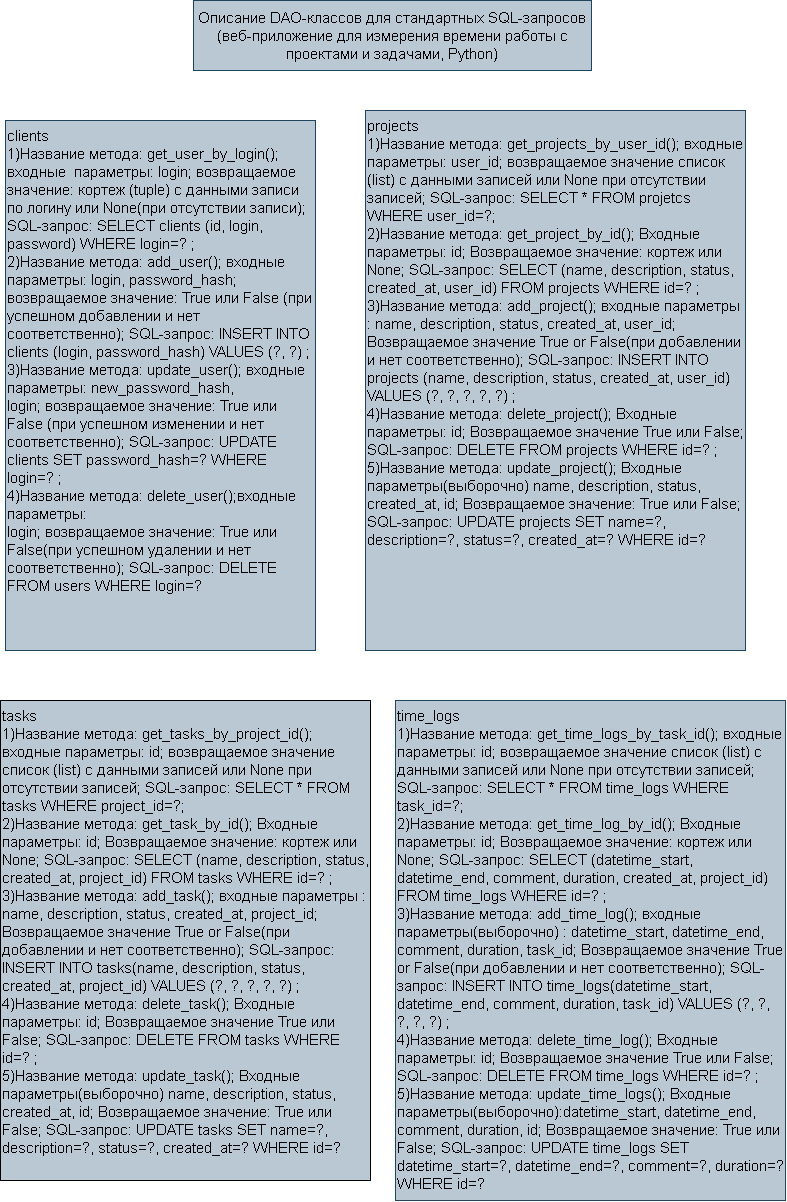
Above: docs/uml/DAO.png in Flski/projects_time (draw.io), before the change. Source tidied: cells renumbered, new cells last; positions are measured from the earlier drawing's top-left corner, leaving out a move shared by most shapes.
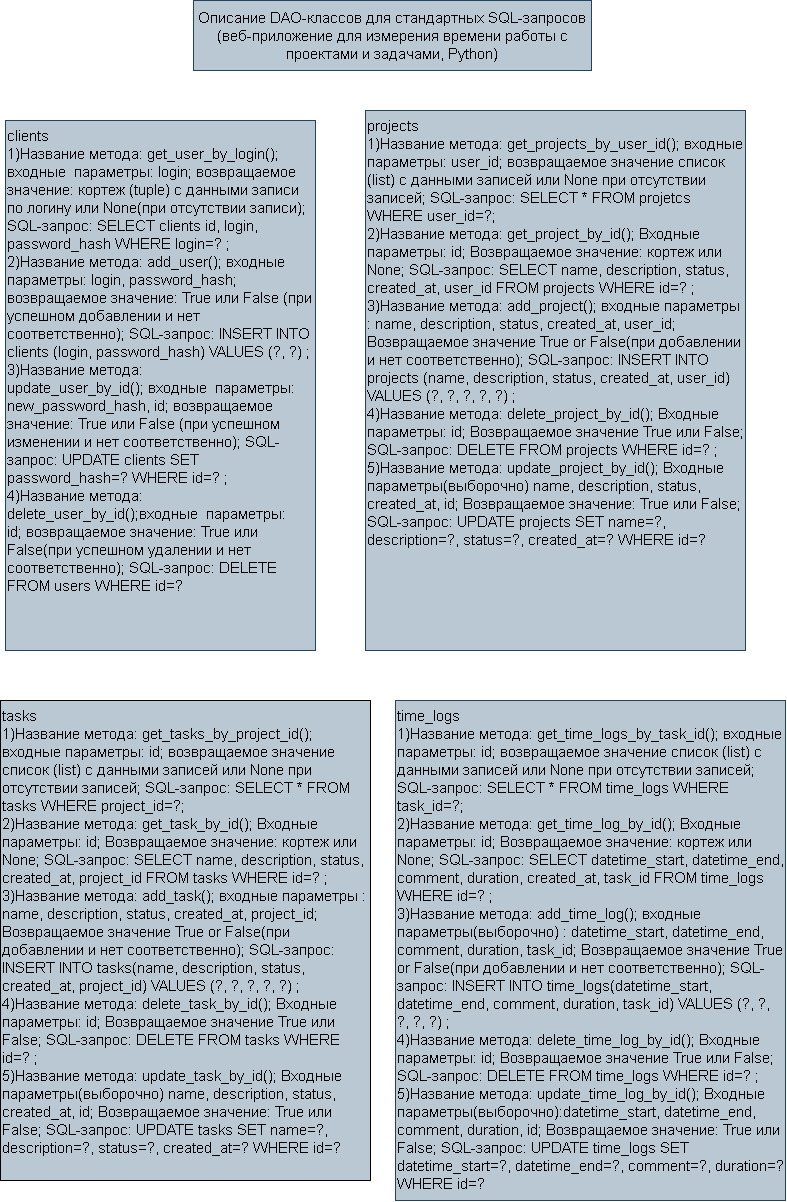
Above is the later version.

Diff of the diagram source:
```diff
@@ -5,33 +5,33 @@
     <mxCell id="2" style="swimlane;startSize=0;" parent="1" vertex="1">
       <mxGeometry x="5" y="120" width="310" height="530" as="geometry" />
     </mxCell>
-    <mxCell id="3" value="&lt;div&gt;clients&lt;/div&gt;&lt;div&gt;1)Название метода: get_user_by_login(); входные&amp;nbsp; параметры: login; возвращаемое значение: кортеж (tuple) с данными записи по логину или None(при отсутствии записи); SQL-запрос: SELECT clients (id, login, password) WHERE login=? ;&lt;/div&gt;&lt;div&gt;2)&lt;span style=&quot;background-color: transparent; color: light-dark(rgb(0, 0, 0), rgb(255, 255, 255));&quot;&gt;Название метода: add_user();&amp;nbsp;&lt;/span&gt;&lt;span style=&quot;background-color: transparent; color: light-dark(rgb(0, 0, 0), rgb(255, 255, 255));&quot;&gt;входные&amp;nbsp; параметры:&lt;/span&gt;&lt;span style=&quot;background-color: transparent; color: light-dark(rgb(0, 0, 0), rgb(255, 255, 255));&quot;&gt;&amp;nbsp;login, password_hash; возвращаемое значение: True или False (при успешном добавлении и нет соответственно); SQL-запрос: INSERT INTO clients (login, password_hash) VALUES (?, ?) ;&lt;/span&gt;&lt;/div&gt;&lt;div&gt;&lt;span style=&quot;background-color: transparent; color: light-dark(rgb(0, 0, 0), rgb(255, 255, 255));&quot;&gt;3)&lt;/span&gt;&lt;span style=&quot;background-color: transparent; color: light-dark(rgb(0, 0, 0), rgb(255, 255, 255));&quot;&gt;Название метода: update_user();&amp;nbsp;&lt;/span&gt;&lt;span style=&quot;background-color: transparent; color: light-dark(rgb(0, 0, 0), rgb(255, 255, 255));&quot;&gt;входные&amp;nbsp; параметры: new_password_hash, login;&amp;nbsp;&lt;/span&gt;&lt;span style=&quot;background-color: transparent; color: light-dark(rgb(0, 0, 0), rgb(255, 255, 255));&quot;&gt;возвращаемое значение:&lt;/span&gt;&lt;span style=&quot;background-color: transparent; color: light-dark(rgb(0, 0, 0), rgb(255, 255, 255));&quot;&gt;&amp;nbsp;True или False (при успешном изменении и нет соответственно); SQL-запрос: UPDATE clients SET password_hash=? WHERE login=? ;&lt;/span&gt;&lt;/div&gt;&lt;div&gt;&lt;span style=&quot;background-color: transparent; color: light-dark(rgb(0, 0, 0), rgb(255, 255, 255));&quot;&gt;4)Название метода: delete_user();&lt;/span&gt;&lt;span style=&quot;background-color: transparent; color: light-dark(rgb(0, 0, 0), rgb(255, 255, 255));&quot;&gt;входные&amp;nbsp; параметры:&lt;/span&gt;&lt;span style=&quot;background-color: transparent; color: light-dark(rgb(0, 0, 0), rgb(255, 255, 255));&quot;&gt;&amp;nbsp;&lt;/span&gt;&lt;/div&gt;&lt;div&gt;&lt;span style=&quot;background-color: transparent; color: light-dark(rgb(0, 0, 0), rgb(255, 255, 255));&quot;&gt;login; возвращаемое значение: True или False(при успешном удалении и нет соответственно); SQL-запрос: DELETE FROM users WHERE login=?&lt;/span&gt;&lt;/div&gt;" style="text;html=1;whiteSpace=wrap;strokeColor=#23445d;fillColor=#bac8d3;align=left;verticalAlign=top;rounded=0;fontSize=15;" parent="2" vertex="1">
-      <mxGeometry width="310" height="530" as="geometry" />
-    </mxCell>
+    <mxCell id="13" value="&lt;div&gt;clients&lt;/div&gt;&lt;div&gt;1)Название метода: get_user_by_login(); входные&amp;nbsp; параметры: login; возвращаемое значение: кортеж (tuple) с данными записи по логину или None(при отсутствии записи); SQL-запрос: SELECT clients id, login, password_hash WHERE login=? ;&lt;/div&gt;&lt;div&gt;2)&lt;span style=&quot;background-color: transparent; color: light-dark(rgb(0, 0, 0), rgb(255, 255, 255));&quot;&gt;Название метода: add_user();&amp;nbsp;&lt;/span&gt;&lt;span style=&quot;background-color: transparent; color: light-dark(rgb(0, 0, 0), rgb(255, 255, 255));&quot;&gt;входные&amp;nbsp; параметры:&lt;/span&gt;&lt;span style=&quot;background-color: transparent; color: light-dark(rgb(0, 0, 0), rgb(255, 255, 255));&quot;&gt;&amp;nbsp;login, password_hash; возвращаемое значение: True или False (при успешном добавлении и нет соответственно); SQL-запрос: INSERT INTO clients (login, password_hash) VALUES (?, ?) ;&lt;/span&gt;&lt;/div&gt;&lt;div&gt;&lt;span style=&quot;background-color: transparent; color: light-dark(rgb(0, 0, 0), rgb(255, 255, 255));&quot;&gt;3)&lt;/span&gt;&lt;span style=&quot;background-color: transparent; color: light-dark(rgb(0, 0, 0), rgb(255, 255, 255));&quot;&gt;Название метода: update_user_by_id();&amp;nbsp;&lt;/span&gt;&lt;span style=&quot;background-color: transparent; color: light-dark(rgb(0, 0, 0), rgb(255, 255, 255));&quot;&gt;входные&amp;nbsp; параметры: new_password_hash, id;&amp;nbsp;&lt;/span&gt;&lt;span style=&quot;background-color: transparent; color: light-dark(rgb(0, 0, 0), rgb(255, 255, 255));&quot;&gt;возвращаемое значение:&lt;/span&gt;&lt;span style=&quot;background-color: transparent; color: light-dark(rgb(0, 0, 0), rgb(255, 255, 255));&quot;&gt;&amp;nbsp;True или False (при успешном изменении и нет соответственно); SQL-запрос: UPDATE clients SET password_hash=? WHERE id=? ;&lt;/span&gt;&lt;/div&gt;&lt;div&gt;&lt;span style=&quot;background-color: transparent; color: light-dark(rgb(0, 0, 0), rgb(255, 255, 255));&quot;&gt;4)Название метода: delete_user_by_id();&lt;/span&gt;&lt;span style=&quot;background-color: transparent; color: light-dark(rgb(0, 0, 0), rgb(255, 255, 255));&quot;&gt;входные&amp;nbsp; параметры:&lt;/span&gt;&lt;span style=&quot;background-color: transparent; color: light-dark(rgb(0, 0, 0), rgb(255, 255, 255));&quot;&gt;&amp;nbsp;&lt;/span&gt;&lt;/div&gt;&lt;div&gt;&lt;span style=&quot;background-color: transparent; color: light-dark(rgb(0, 0, 0), rgb(255, 255, 255));&quot;&gt;id; возвращаемое значение: True или False(при успешном удалении и нет соответственно); SQL-запрос: DELETE FROM users WHERE id=?&lt;/span&gt;&lt;/div&gt;" style="text;html=1;whiteSpace=wrap;strokeColor=#23445d;fillColor=#bac8d3;align=left;verticalAlign=top;rounded=0;fontSize=15;" parent="2" vertex="1">
+      <mxGeometry width="310" height="530" as="geometry" />
+    </mxCell>
     <mxCell id="4" style="swimlane;startSize=0;" parent="1" vertex="1">
       <mxGeometry x="365" y="110" width="380" height="540" as="geometry" />
     </mxCell>
-    <mxCell id="5" value="&lt;div&gt;projects&lt;/div&gt;1)Название метода: get_projects_by_user_id(); входные параметры: user_id; возвращаемое значение список (list) с данными записей или None при отсутствии записей; SQL-запрос: SELECT * FROM projetcs WHERE user_id=?;&lt;div&gt;2)Название метода: get_project_by_id(); Входные параметры: id; Возвращаемое значение: кортеж или None; SQL-запрос: SELECT (name, description, status, created_at, user_id) FROM projects WHERE id=? ;&lt;br&gt;&lt;div&gt;3)Название метода: add_project(); входные параметры : name, description, status, created_at, user_id; Возвращаемое значение True or False(при добавлении и нет соответственно); SQL-запрос: INSERT INTO projects (name, description, status, created_at, user_id) VALUES (?, ?, ?, ?, ?) ;&lt;/div&gt;&lt;div&gt;4)Название метода: delete_project(); Входные параметры: id; Возвращаемое значение True или False; SQL-запрос: DELETE FROM projects WHERE id=? ;&lt;/div&gt;&lt;div&gt;5)Название метода: update_project(); Входные параметры(выборочно) name, description, status, created_at, id; Возвращаемое значение: True или False; SQL-запрос: UPDATE projects SET name=?, description=?, status=?, created_at=? WHERE id=?&lt;/div&gt;&lt;/div&gt;" style="text;html=1;whiteSpace=wrap;strokeColor=#23445d;fillColor=#bac8d3;align=left;verticalAlign=top;rounded=0;labelPosition=center;verticalLabelPosition=middle;fontSize=15;" parent="4" vertex="1">
-      <mxGeometry width="380" height="540" as="geometry" />
-    </mxCell>
-    <mxCell id="6" value="&lt;div&gt;tasks&lt;/div&gt;1)Название метода: get_tasks_by_project_id(); входные параметры: id; возвращаемое значение список (list) с данными записей или None при отсутствии записей; SQL-запрос: SELECT * FROM tasks WHERE project_id=?;&lt;div&gt;2)Название метода: get_task_by_id(); Входные параметры: id; Возвращаемое значение: кортеж или None; SQL-запрос: SELECT (name, description, status, created_at, project_id) FROM tasks WHERE id=? ;&lt;br&gt;&lt;div&gt;3)Название метода: add_task(); входные параметры : name, description, status, created_at, project_id; Возвращаемое значение True or False(при добавлении и нет соответственно); SQL-запрос: INSERT INTO tasks(name, description, status, created_at, project_id) VALUES (?, ?, ?, ?, ?) ;&lt;/div&gt;&lt;div&gt;4)Название метода: delete_task(); Входные параметры: id; Возвращаемое значение True или False; SQL-запрос: DELETE FROM tasks WHERE id=? ;&lt;/div&gt;&lt;div&gt;5)Название метода: update_task(); Входные параметры(выборочно) name, description, status, created_at, id; Возвращаемое значение: True или False; SQL-запрос: UPDATE tasks SET name=?, description=?, status=?, created_at=? WHERE id=?&lt;/div&gt;&lt;/div&gt;" style="text;html=1;whiteSpace=wrap;strokeColor=#23445d;fillColor=#bac8d3;align=left;verticalAlign=top;rounded=0;labelPosition=center;verticalLabelPosition=middle;fontSize=15;" parent="1" vertex="1">
-      <mxGeometry y="700" width="370" height="480" as="geometry" />
-    </mxCell>
+    <mxCell id="14" value="&lt;div&gt;projects&lt;/div&gt;1)Название метода: get_projects_by_user_id(); входные параметры: user_id; возвращаемое значение список (list) с данными записей или None при отсутствии записей; SQL-запрос: SELECT * FROM projetcs WHERE user_id=?;&lt;div&gt;2)Название метода: get_project_by_id(); Входные параметры: id; Возвращаемое значение: кортеж или None; SQL-запрос: SELECT name, description, status, created_at, user_id FROM projects WHERE id=? ;&lt;br&gt;&lt;div&gt;3)Название метода: add_project(); входные параметры : name, description, status, created_at, user_id; Возвращаемое значение True or False(при добавлении и нет соответственно); SQL-запрос: INSERT INTO projects (name, description, status, created_at, user_id) VALUES (?, ?, ?, ?, ?) ;&lt;/div&gt;&lt;div&gt;4)Название метода: delete_project_by_id(); Входные параметры: id; Возвращаемое значение True или False; SQL-запрос: DELETE FROM projects WHERE id=? ;&lt;/div&gt;&lt;div&gt;5)Название метода: update_project_by_id(); Входные параметры(выборочно) name, description, status, created_at, id; Возвращаемое значение: True или False; SQL-запрос: UPDATE projects SET name=?, description=?, status=?, created_at=? WHERE id=?&lt;/div&gt;&lt;/div&gt;" style="text;html=1;whiteSpace=wrap;strokeColor=#23445d;fillColor=#bac8d3;align=left;verticalAlign=top;rounded=0;labelPosition=center;verticalLabelPosition=middle;fontSize=15;" parent="4" vertex="1">
+      <mxGeometry width="380" height="540" as="geometry" />
+    </mxCell>
+    <mxCell id="15" value="&lt;div&gt;tasks&lt;/div&gt;1)Название метода: get_tasks_by_project_id(); входные параметры: id; возвращаемое значение список (list) с данными записей или None при отсутствии записей; SQL-запрос: SELECT * FROM tasks WHERE project_id=?;&lt;div&gt;2)Название метода: get_task_by_id(); Входные параметры: id; Возвращаемое значение: кортеж или None; SQL-запрос: SELECT name, description, status, created_at, project_id FROM tasks WHERE id=? ;&lt;br&gt;&lt;div&gt;3)Название метода: add_task(); входные параметры : name, description, status, created_at, project_id; Возвращаемое значение True or False(при добавлении и нет соответственно); SQL-запрос: INSERT INTO tasks(name, description, status, created_at, project_id) VALUES (?, ?, ?, ?, ?) ;&lt;/div&gt;&lt;div&gt;4)Название метода: delete_task_by_id(); Входные параметры: id; Возвращаемое значение True или False; SQL-запрос: DELETE FROM tasks WHERE id=? ;&lt;/div&gt;&lt;div&gt;5)Название метода: update_task_by_id(); Входные параметры(выборочно) name, description, status, created_at, id; Возвращаемое значение: True или False; SQL-запрос: UPDATE tasks SET name=?, description=?, status=?, created_at=? WHERE id=?&lt;/div&gt;&lt;/div&gt;" style="text;html=1;whiteSpace=wrap;strokeColor=#23445d;fillColor=#bac8d3;align=left;verticalAlign=top;rounded=0;labelPosition=center;verticalLabelPosition=middle;fontSize=15;" parent="1" vertex="1">
+      <mxGeometry y="700" width="370" height="480" as="geometry" />
+    </mxCell>
     <mxCell id="7" style="swimlane;startSize=0;" parent="1" vertex="1">
       <mxGeometry y="700" width="370" height="480" as="geometry" />
     </mxCell>
     <mxCell id="8" style="swimlane;startSize=0;" parent="1" vertex="1">
       <mxGeometry x="395" y="700" width="390" height="500" as="geometry" />
     </mxCell>
-    <mxCell id="9" value="&lt;div&gt;time_logs&lt;/div&gt;1)Название метода: get_time_logs_by_task_id(); входные параметры: id; возвращаемое значение список (list) с данными записей или None при отсутствии записей; SQL-запрос: SELECT * FROM time_logs WHERE task_id=?;&lt;div&gt;2)Название метода: get_time_log_by_id(); Входные параметры: id; Возвращаемое значение: кортеж или None; SQL-запрос: SELECT (datetime_start, datetime_end, comment, duration, created_at, project_id) FROM time_logs WHERE id=? ;&lt;br&gt;&lt;div&gt;3)Название метода: add_time_log(); входные параметры(выборочно) : datetime_start, datetime_end, comment, duration, task_id; Возвращаемое значение True or False(при добавлении и нет соответственно); SQL-запрос: INSERT INTO time_logs(datetime_start, datetime_end, comment, duration, task_id) VALUES (?, ?, ?, ?, ?) ;&lt;/div&gt;&lt;div&gt;4)Название метода: delete_time_log(); Входные параметры: id; Возвращаемое значение True или False; SQL-запрос: DELETE FROM time_logs WHERE id=? ;&lt;/div&gt;&lt;div&gt;5)Название метода: update_time_logs(); Входные параметры(выборочно):datetime_start, datetime_end, comment, duration, id; Возвращаемое значение: True или False; SQL-запрос: UPDATE time_logs SET datetime_start=?, datetime_end=?, comment=?, duration=? WHERE id=?&lt;/div&gt;&lt;/div&gt;" style="text;html=1;whiteSpace=wrap;strokeColor=#23445d;fillColor=#bac8d3;align=left;verticalAlign=top;rounded=0;labelPosition=center;verticalLabelPosition=middle;fontSize=15;" parent="8" vertex="1">
-      <mxGeometry width="390" height="500" as="geometry" />
-    </mxCell>
-    <mxCell id="10" style="edgeStyle=orthogonalEdgeStyle;rounded=0;orthogonalLoop=1;jettySize=auto;html=1;innerLoopWaypoints=1;exitX=0.5;exitY=1;exitDx=0;exitDy=0;" parent="1" edge="1">
-      <mxGeometry relative="1" as="geometry">
-        <mxPoint x="145" y="110" as="sourcePoint" />
-        <mxPoint x="145" y="110" as="targetPoint" />
-      </mxGeometry>
-    </mxCell>
+    <mxCell id="16" value="&lt;div&gt;time_logs&lt;/div&gt;1)Название метода: get_time_logs_by_task_id(); входные параметры: id; возвращаемое значение список (list) с данными записей или None при отсутствии записей; SQL-запрос: SELECT * FROM time_logs WHERE task_id=?;&lt;div&gt;2)Название метода: get_time_log_by_id(); Входные параметры: id; Возвращаемое значение: кортеж или None; SQL-запрос: SELECT datetime_start, datetime_end, comment, duration, created_at, task_id FROM time_logs WHERE id=? ;&lt;br&gt;&lt;div&gt;3)Название метода: add_time_log(); входные параметры(выборочно) : datetime_start, datetime_end, comment, duration, task_id; Возвращаемое значение True or False(при добавлении и нет соответственно); SQL-запрос: INSERT INTO time_logs(datetime_start, datetime_end, comment, duration, task_id) VALUES (?, ?, ?, ?, ?) ;&lt;/div&gt;&lt;div&gt;4)Название метода: delete_time_log_by_id(); Входные параметры: id; Возвращаемое значение True или False; SQL-запрос: DELETE FROM time_logs WHERE id=? ;&lt;/div&gt;&lt;div&gt;5)Название метода: update_time_log_by_id(); Входные параметры(выборочно):datetime_start, datetime_end, comment, duration, id; Возвращаемое значение: True или False; SQL-запрос: UPDATE time_logs SET datetime_start=?, datetime_end=?, comment=?, duration=? WHERE id=?&lt;/div&gt;&lt;/div&gt;" style="text;html=1;whiteSpace=wrap;strokeColor=#23445d;fillColor=#bac8d3;align=left;verticalAlign=top;rounded=0;labelPosition=center;verticalLabelPosition=middle;fontSize=15;" parent="8" vertex="1">
+      <mxGeometry width="390" height="500" as="geometry" />
+    </mxCell>
+    <mxCell id="17" style="edgeStyle=orthogonalEdgeStyle;rounded=0;orthogonalLoop=1;jettySize=auto;html=1;innerLoopWaypoints=1;exitX=0.5;exitY=1;exitDx=0;exitDy=0;" parent="1" edge="1">
+      <mxGeometry relative="1" as="geometry">
+        <mxPoint x="145" y="110" as="sourcePoint" />
+        <mxPoint x="145" y="110" as="targetPoint" />
+      </mxGeometry>
+    </mxCell>
     <mxCell id="11" style="swimlane;startSize=0;fillColor=#bac8d3;strokeColor=#23445d;" parent="1" vertex="1">
       <mxGeometry x="193" width="398" height="70" as="geometry" />
     </mxCell>
```
